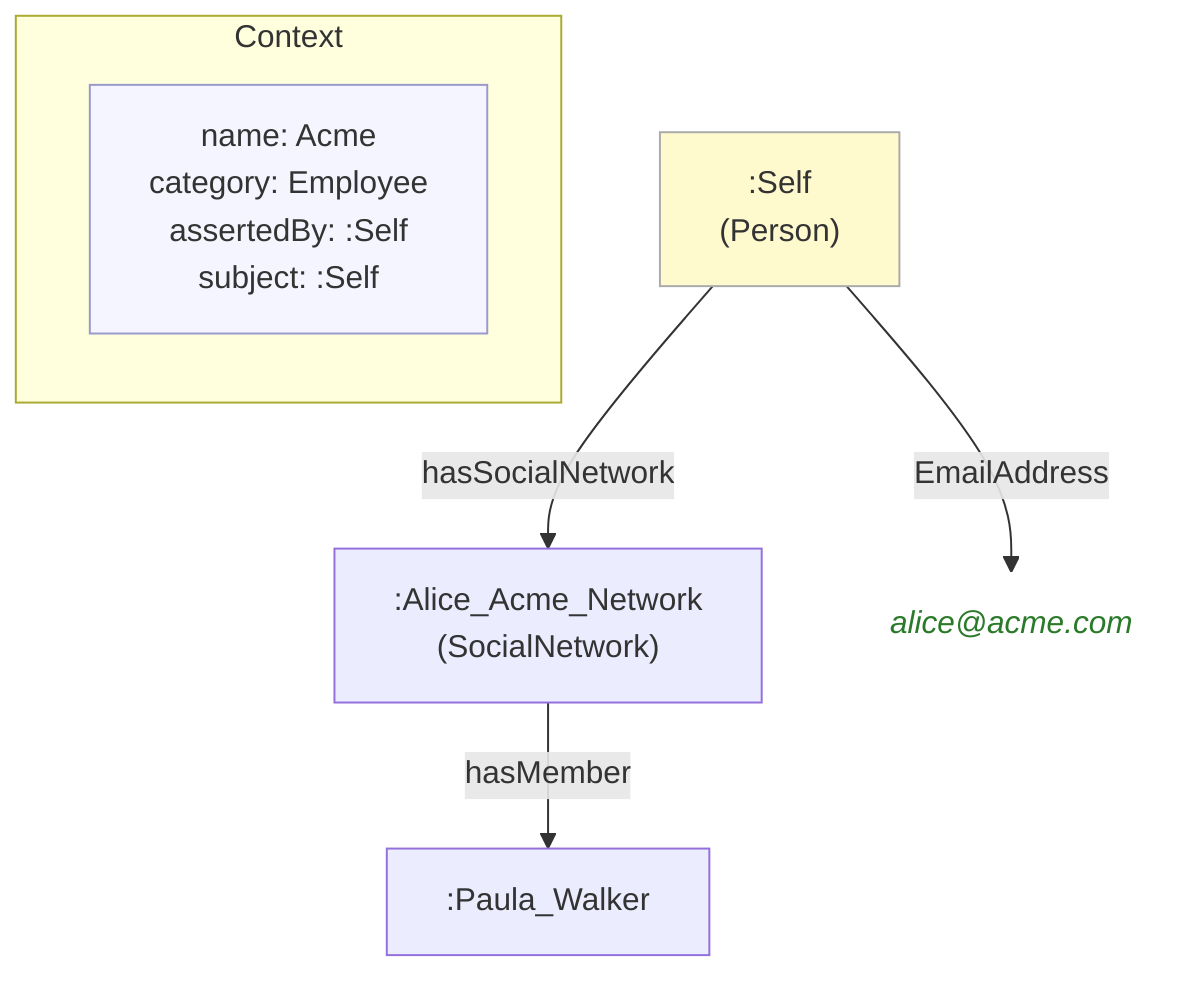
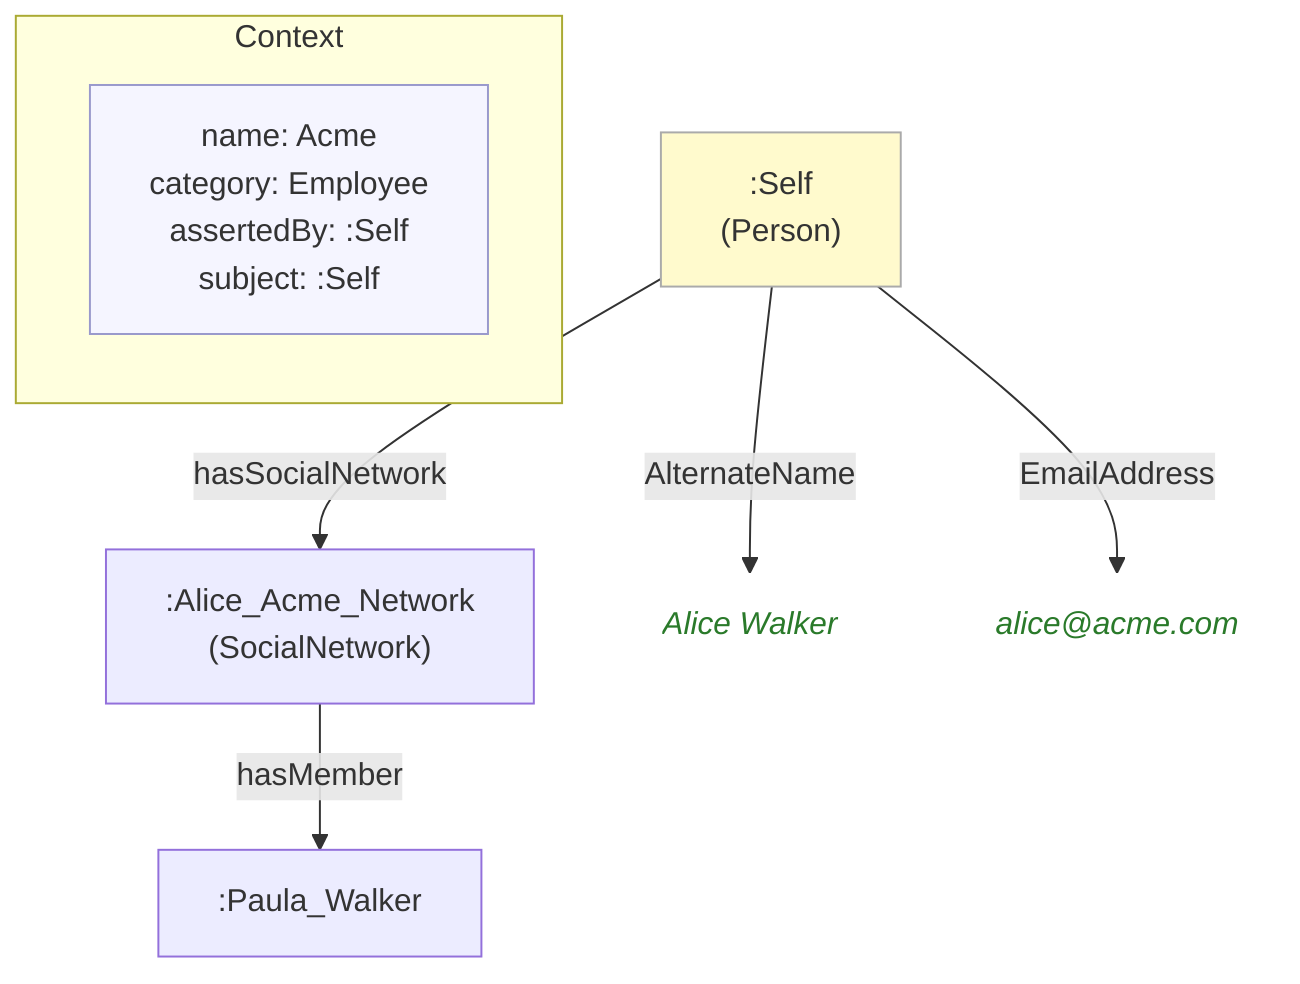
%% ContextCategory: context:Employee
flowchart TD
    classDef person fill:#fffacd,stroke:#aaa,color:#333
    classDef grp    fill:#d4edda,stroke:#aaa,color:#333
    classDef org    fill:#cce5ff,stroke:#aaa,color:#333
    classDef lit    fill:none,stroke:none,font-style:italic,color:#2a7a2a
    classDef meta   fill:#f5f5ff,stroke:#9999cc,color:#333

    subgraph ctx["Context"]
        direction LR
        ctx_meta["name: Acme\ncategory: Employee\nassertedBy: :Self\nsubject: :Self"]:::meta
    end

    n2ed3865285b0[":Alice_Acme_Network\n(SocialNetwork)"]
    nb654756d5ced[":Paula_Walker"]
    ne0c3ba92f1db[":Self\n(Person)"]:::person
-     nfc1b2e7760d4("alice@acme.com"):::lit
+     n5ea91524f04b("Alice Walker"):::lit
+     na28da371b888("alice@acme.com"):::lit

    n2ed3865285b0 -->|"hasMember"| nb654756d5ced
-     ne0c3ba92f1db -->|"EmailAddress"| nfc1b2e7760d4
+     ne0c3ba92f1db -->|"AlternateName"| n5ea91524f04b
+     ne0c3ba92f1db -->|"EmailAddress"| na28da371b888
    ne0c3ba92f1db -->|"hasSocialNetwork"| n2ed3865285b0
